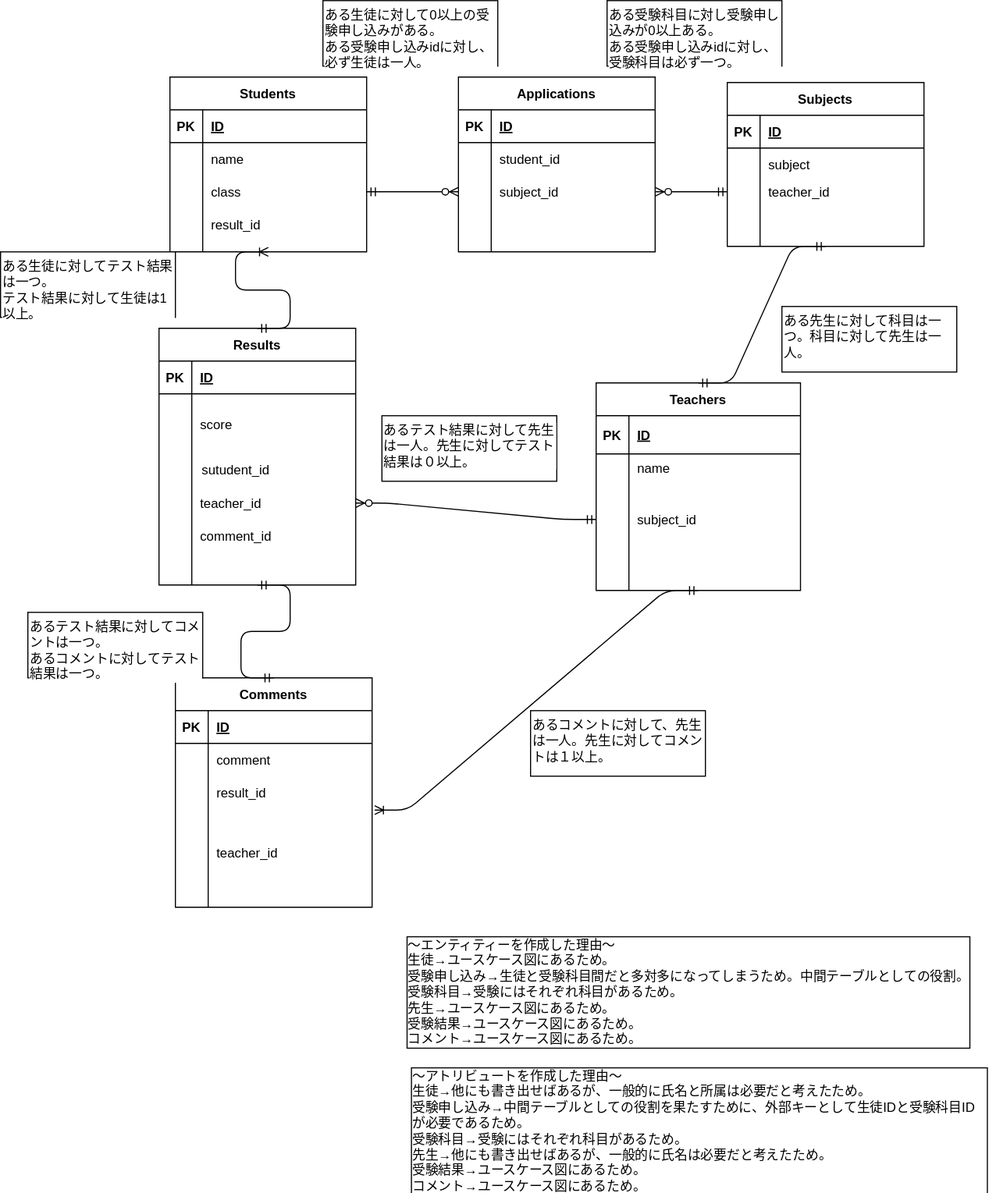
Earlier version of the draw.io export index.drawio.svg (ansuriumu/database_practice). Source tidied: cells renumbered, new cells last; positions are measured from the earlier drawing's top-left corner, leaving out a move shared by most shapes.
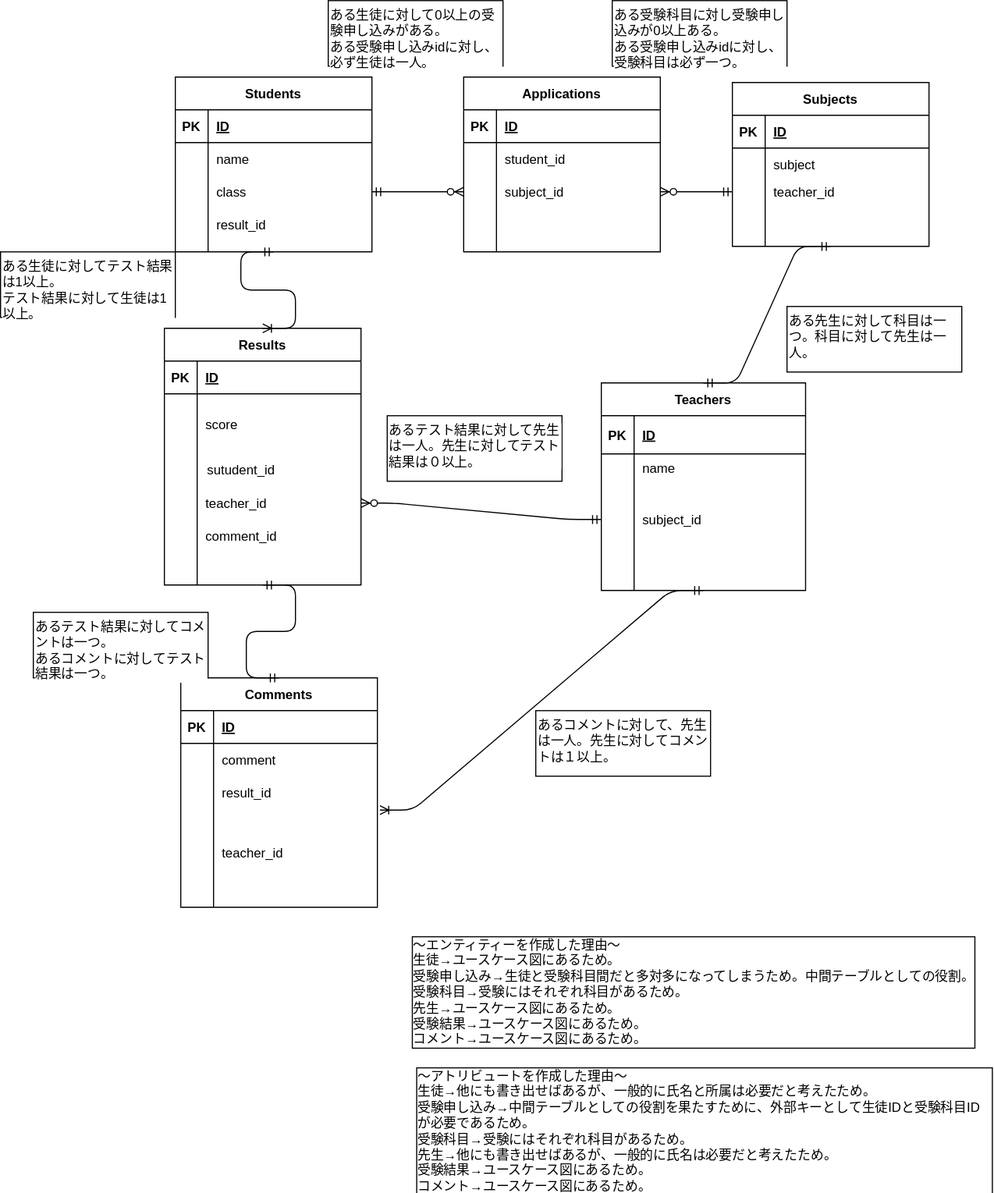
Later version of the same file.

Commit message:
課題修正４回目

Change to the diagram source:
```diff
@@ -269,8 +269,8 @@
     <mxCell id="90" value="sutudent_id" style="text;html=1;align=center;verticalAlign=middle;rotation=0;" parent="1" vertex="1">
       <mxGeometry x="175" y="420" width="80" height="20" as="geometry" />
     </mxCell>
-    <mxCell id="91" value="ある生徒に対してテスト結果は一つ。&lt;br&gt;テスト結果に対して生徒は1以上。" style="whiteSpace=wrap;html=1;labelBackgroundColor=#ffffff;fontColor=#000000;align=left;verticalAlign=top;" parent="1" vertex="1">
-      <mxGeometry y="230" width="160" height="60" as="geometry" />
+    <mxCell id="91" value="ある生徒に対してテスト結果は1以上。&lt;br&gt;テスト結果に対して生徒は1以上。" style="whiteSpace=wrap;html=1;labelBackgroundColor=#ffffff;fontColor=#000000;align=left;verticalAlign=top;" parent="1" vertex="1">
+      <mxGeometry x="-5" y="230" width="160" height="60" as="geometry" />
     </mxCell>
     <mxCell id="92" style="edgeStyle=entityRelationEdgeStyle;fontSize=12;html=1;endArrow=ERmandOne;startArrow=ERmandOne;entryX=0.5;entryY=1;entryDx=0;entryDy=0;exitX=0.5;exitY=0;exitDx=0;exitDy=0;" parent="1" edge="1" source="43" target="28">
       <mxGeometry relative="1" as="geometry" />
@@ -287,14 +287,14 @@
     <mxCell id="96" style="edgeStyle=entityRelationEdgeStyle;fontSize=12;html=1;endArrow=ERzeroToMany;startArrow=ERmandOne;exitX=0;exitY=0.5;exitDx=0;exitDy=0;entryX=1;entryY=0.5;entryDx=0;entryDy=0;" parent="1" edge="1" source="53" target="66">
       <mxGeometry relative="1" as="geometry" />
     </mxCell>
-    <mxCell id="97" style="edgeStyle=entityRelationEdgeStyle;fontSize=12;html=1;endArrow=ERoneToMany;startArrow=ERmandOne;exitX=0.5;exitY=0;exitDx=0;exitDy=0;entryX=0.5;entryY=1;entryDx=0;entryDy=0;" parent="1" edge="1" source="56" target="2">
-      <mxGeometry relative="1" as="geometry" />
-    </mxCell>
     <mxCell id="98" value="あるコメントに対して、先生は一人。先生に対してコメントは１以上。" style="whiteSpace=wrap;html=1;labelBackgroundColor=#ffffff;fontColor=#000000;align=left;verticalAlign=top;" parent="1" vertex="1">
       <mxGeometry x="485" y="650" width="160" height="60" as="geometry" />
     </mxCell>
     <mxCell id="99" style="edgeStyle=entityRelationEdgeStyle;fontSize=12;html=1;endArrow=ERoneToMany;startArrow=ERmandOne;exitX=0.5;exitY=1;exitDx=0;exitDy=0;entryX=1.013;entryY=0.013;entryDx=0;entryDy=0;entryPerimeter=0;" parent="1" edge="1" source="43" target="82">
       <mxGeometry relative="1" as="geometry" />
     </mxCell>
+    <mxCell id="100" style="edgeStyle=entityRelationEdgeStyle;fontSize=12;html=1;endArrow=ERoneToMany;startArrow=ERmandOne;entryX=0.5;entryY=0;entryDx=0;entryDy=0;exitX=0.5;exitY=1;exitDx=0;exitDy=0;" parent="1" edge="1" source="2" target="56">
+      <mxGeometry relative="1" as="geometry" />
+    </mxCell>
   </root>
 </mxGraphModel>
```
